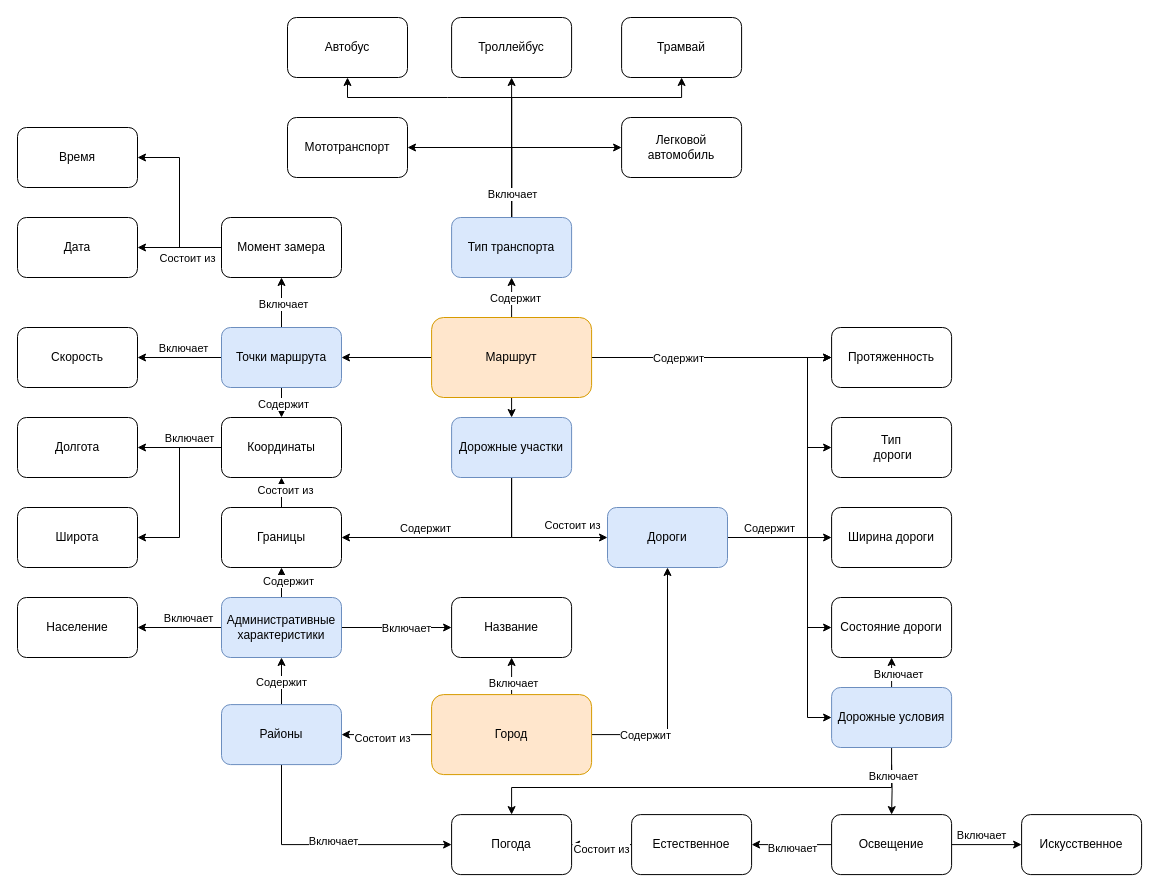
Before: СППР1.drawio in BaronVice/schemas, a draw.io diagram. Source tidied: cells renumbered, new cells numbered last; positions are measured from the earlier drawing's top-left corner, leaving out a move shared by most shapes. Both pictures are drawn from the tidied source at 100%, with x=0, y=0 at pixel (17, 17).
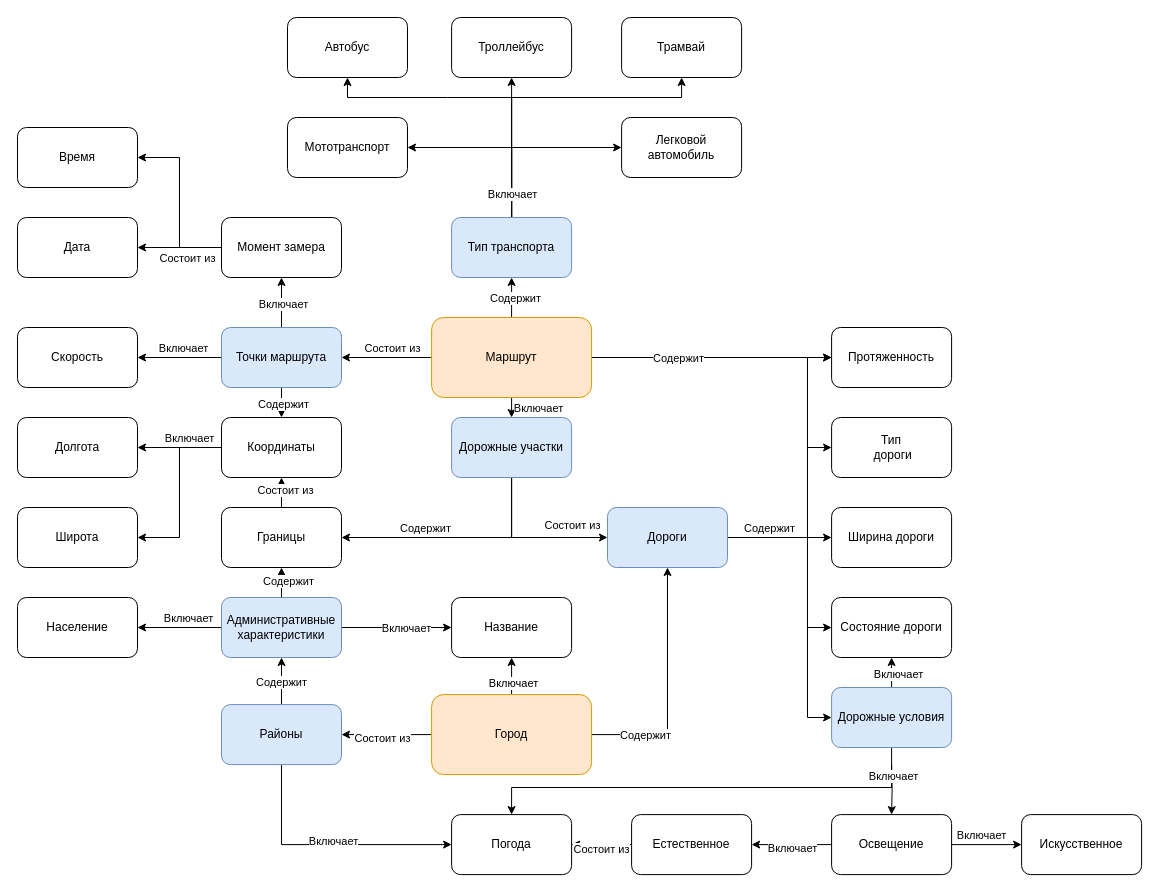
Above is the later version.

The change refers to these unchanged cells:
```xml
<mxCell id="9" style="edgeStyle=orthogonalEdgeStyle;rounded=0;jettySize=auto;html=1;exitX=0;exitY=0.5;exitDx=0;exitDy=0;entryX=1;entryY=0.5;entryDx=0;entryDy=0;" parent="1" edge="1" source="15" target="49">
  <mxGeometry relative="1" as="geometry" />
</mxCell>
<mxCell id="10" style="edgeStyle=orthogonalEdgeStyle;rounded=0;jettySize=auto;html=1;exitX=0.5;exitY=1;exitDx=0;exitDy=0;entryX=0.5;entryY=0;entryDx=0;entryDy=0;" parent="1" edge="1" source="15" target="42">
  <mxGeometry relative="1" as="geometry" />
</mxCell>
```

Diff of the diagram source:
```diff
@@
+    <mxCell id="97" value="Состоит из" style="edgeLabel;html=1;align=center;verticalAlign=middle;" parent="9" vertex="1">
+      <mxGeometry x="-0.11" relative="1" as="geometry">
+        <mxPoint y="-10" as="offset" />
+      </mxGeometry>
+    </mxCell>
@@
+    <mxCell id="98" value="Включает" style="edgeLabel;html=1;align=center;verticalAlign=middle;" parent="10" vertex="1">
+      <mxGeometry x="-0.5" y="5" relative="1" as="geometry">
+        <mxPoint x="21" y="5" as="offset" />
+      </mxGeometry>
+    </mxCell>
```
